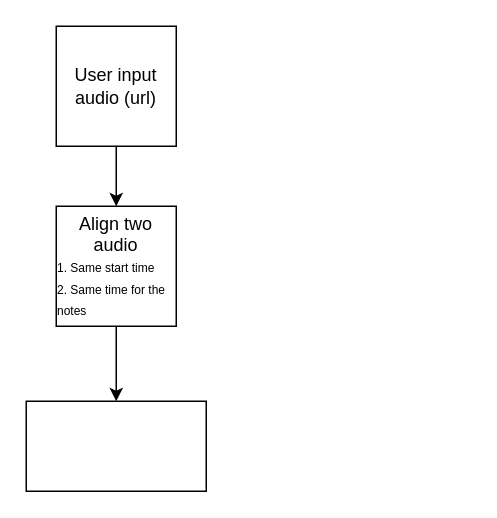
The draw.io diagram 未命名绘图.drawio in Skyler-bot-code/Realtime-Composition-Analyzer, before the edit. Source tidied: cells renumbered, new cells numbered last; positions are measured from the earlier drawing's top-left corner, leaving out a move shared by most shapes. Both pictures are drawn from the tidied source at 150%, with x=0, y=0 at pixel (26, 26).
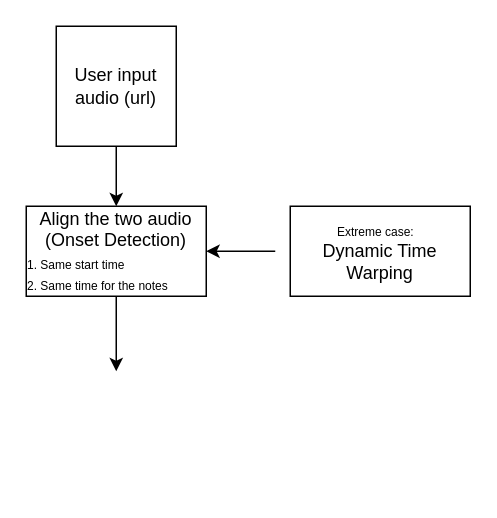
The same page after the edit.

Commit message:
更新未命名绘图.drawio

The edit, as a diff of the source:
```diff
@@
 <mxGraphModel>
   <root>
     <mxCell id="0" />
     <mxCell id="1" parent="0" />
     <mxCell id="2" value="User input audio (url)" style="whiteSpace=wrap;html=1;" parent="1" vertex="1">
       <mxGeometry x="20" width="80" height="80" as="geometry" />
     </mxCell>
     <mxCell id="3" style="endArrow=classic;html=1;rounded=0;exitX=0.5;exitY=1;exitDx=0;exitDy=0;" parent="1" edge="1" source="2">
       <mxGeometry relative="1" as="geometry">
         <mxPoint x="60" y="120" as="targetPoint" />
       </mxGeometry>
     </mxCell>
-    <mxCell id="4" value="&lt;font&gt;Align two audio&lt;/font&gt;&lt;div style=&quot;text-align: left;&quot;&gt;&lt;font&gt;&lt;font style=&quot;font-size: 8px;&quot;&gt;1. Same start time&lt;/font&gt;&lt;/font&gt;&lt;/div&gt;&lt;div style=&quot;text-align: left;&quot;&gt;&lt;font style=&quot;font-size: 8px;&quot;&gt;2. Same time for the notes&lt;/font&gt;&lt;/div&gt;" style="whiteSpace=wrap;html=1;" parent="1" vertex="1">
-      <mxGeometry x="20" y="120" width="80" height="80" as="geometry" />
-    </mxCell>
-    <mxCell id="5" style="endArrow=classic;html=1;rounded=0;exitX=0.5;exitY=1;exitDx=0;exitDy=0;" parent="1" edge="1" source="4">
+    <mxCell id="5" style="endArrow=classic;html=1;rounded=0;entryX=1;entryY=0.5;entryDx=0;entryDy=0;" parent="1" edge="1" target="6">
       <mxGeometry relative="1" as="geometry">
-        <mxPoint x="60" y="250" as="targetPoint" />
+        <mxPoint x="166" y="150" as="sourcePoint" />
       </mxGeometry>
     </mxCell>
-    <mxCell id="6" style="rounded=0;whiteSpace=wrap;html=1;" parent="1" vertex="1">
-      <mxGeometry y="250" width="120" height="60" as="geometry" />
+    <mxCell id="6" value="Align the two audio (Onset Detection)&lt;div style=&quot;text-align: left;&quot;&gt;&lt;font style=&quot;font-size: 8px;&quot;&gt;1. Same start time&lt;/font&gt;&lt;/div&gt;&lt;div style=&quot;text-align: left;&quot;&gt;&lt;font style=&quot;font-size: 8px;&quot;&gt;2. Same time for the notes&lt;/font&gt;&lt;/div&gt;" style="rounded=0;whiteSpace=wrap;html=1;" parent="1" vertex="1">
+      <mxGeometry y="120" width="120" height="60" as="geometry" />
     </mxCell>
+    <mxCell id="7" value="&lt;font style=&quot;font-size: 8px;&quot;&gt;Extreme case:&amp;nbsp;&lt;/font&gt;&amp;nbsp;&lt;div&gt;Dynamic Time Warping&lt;/div&gt;" style="rounded=0;whiteSpace=wrap;html=1;" parent="1" vertex="1">
+      <mxGeometry x="176" y="120" width="120" height="60" as="geometry" />
+    </mxCell>
+    <mxCell id="8" style="endArrow=classic;html=1;rounded=0;exitX=0.5;exitY=1;exitDx=0;exitDy=0;" parent="1" edge="1" source="6">
+      <mxGeometry relative="1" as="geometry">
+        <mxPoint x="60" y="230" as="targetPoint" />
+      </mxGeometry>
+    </mxCell>
   </root>
 </mxGraphModel>
```
